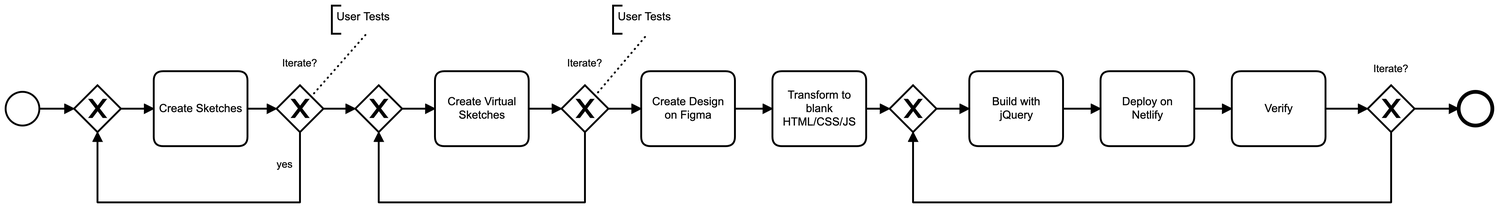
pinussilvestrus/prototyping-example keeps this BPMN diagram as resources/diagram.png. Above is the earlier version. Its source is kept beside it as resources/diagram.bpmn. Ids are renumbered.
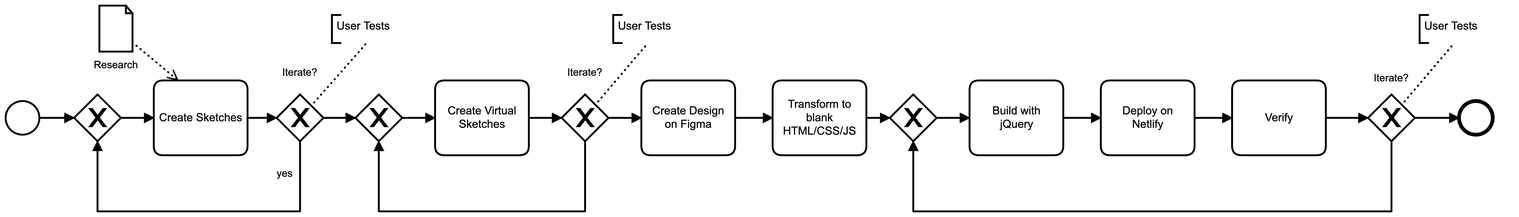
Above is the later version.

Commit message:
chore(resources): update example

What changed in the source:
```diff
@@ -1,4 +1,4 @@
-<bpmn:definitions xmlns:xsi="http://www.w3.org/2001/XMLSchema-instance" xmlns:bpmn="http://www.omg.org/spec/BPMN/20100524/MODEL" xmlns:bpmndi="http://www.omg.org/spec/BPMN/20100524/DI" xmlns:dc="http://www.omg.org/spec/DD/20100524/DC" xmlns:di="http://www.omg.org/spec/DD/20100524/DI" id="Definitions_n1" targetNamespace="http://bpmn.io/schema/bpmn" exporter="bpmn-js (https://demo.bpmn.io)" exporterVersion="6.3.0">
+<bpmn:definitions xmlns:xsi="http://www.w3.org/2001/XMLSchema-instance" xmlns:bpmn="http://www.omg.org/spec/BPMN/20100524/MODEL" xmlns:bpmndi="http://www.omg.org/spec/BPMN/20100524/DI" xmlns:dc="http://www.omg.org/spec/DD/20100524/DC" xmlns:di="http://www.omg.org/spec/DD/20100524/DI" id="Definitions_n1" targetNamespace="http://bpmn.io/schema/bpmn" exporter="Camunda Modeler" exporterVersion="3.7.1">
   <bpmn:process id="Process_n2" isExecutable="false">
     <bpmn:startEvent id="StartEvent_n3">
       <bpmn:outgoing>Flow_n4</bpmn:outgoing>
@@ -6,6 +6,11 @@
     <bpmn:task id="Activity_n5" name="Create Sketches">
       <bpmn:incoming>Flow_n6</bpmn:incoming>
       <bpmn:outgoing>Flow_n7</bpmn:outgoing>
+      <bpmn:property id="Property_n39" name="__targetRef_placeholder" />
+      <bpmn:dataInputAssociation id="DataInputAssociation_n40">
+        <bpmn:sourceRef>DataObjectReference_n41</bpmn:sourceRef>
+        <bpmn:targetRef>Property_n39</bpmn:targetRef>
+      </bpmn:dataInputAssociation>
     </bpmn:task>
     <bpmn:sequenceFlow id="Flow_n4" sourceRef="StartEvent_n3" targetRef="Gateway_n8" />
     <bpmn:exclusiveGateway id="Gateway_n8">
@@ -81,6 +86,8 @@
       <bpmn:incoming>Flow_n33</bpmn:incoming>
     </bpmn:endEvent>
     <bpmn:sequenceFlow id="Flow_n33" sourceRef="Gateway_n31" targetRef="Event_n34" />
+    <bpmn:dataObjectReference id="DataObjectReference_n41" name="Research" dataObjectRef="DataObject_n42" />
+    <bpmn:dataObject id="DataObject_n42" />
     <bpmn:textAnnotation id="TextAnnotation_n35">
       <bpmn:text>User Tests</bpmn:text>
     </bpmn:textAnnotation>
@@ -89,36 +96,72 @@
       <bpmn:text>User Tests</bpmn:text>
     </bpmn:textAnnotation>
     <bpmn:association id="Association_n38" sourceRef="Gateway_n10" targetRef="TextAnnotation_n37" />
+    <bpmn:textAnnotation id="TextAnnotation_n43">
+      <bpmn:text>User Tests</bpmn:text>
+    </bpmn:textAnnotation>
+    <bpmn:association id="Association_n44" sourceRef="Gateway_n31" targetRef="TextAnnotation_n43" />
   </bpmn:process>
   <bpmndi:BPMNDiagram id="BPMNDiagram_1">
     <bpmndi:BPMNPlane id="BPMNPlane_1" bpmnElement="Process_n2">
-      <bpmndi:BPMNShape id="_BPMNShape_StartEvent_2" bpmnElement="StartEvent_n3">
-        <dc:Bounds x="152" y="142" width="36" height="36" />
+      <bpmndi:BPMNShape id="TextAnnotation_n43_di" bpmnElement="TextAnnotation_n43">
+        <dc:Bounds x="1660" y="50" width="100" height="30" />
       </bpmndi:BPMNShape>
-      <bpmndi:BPMNShape id="Activity_n5_di" bpmnElement="Activity_n5">
-        <dc:Bounds x="310" y="120" width="100" height="80" />
-      </bpmndi:BPMNShape>
-      <bpmndi:BPMNEdge id="Flow_n4_di" bpmnElement="Flow_n4">
-        <di:waypoint x="188" y="160" />
-        <di:waypoint x="225" y="160" />
+      <bpmndi:BPMNEdge id="Flow_n33_di" bpmnElement="Flow_n33">
+        <di:waypoint x="1655" y="160" />
+        <di:waypoint x="1702" y="160" />
       </bpmndi:BPMNEdge>
-      <bpmndi:BPMNShape id="Gateway_n8_di" bpmnElement="Gateway_n8" isMarkerVisible="true">
-        <dc:Bounds x="225" y="135" width="50" height="50" />
-      </bpmndi:BPMNShape>
-      <bpmndi:BPMNEdge id="Flow_n6_di" bpmnElement="Flow_n6">
-        <di:waypoint x="275" y="160" />
-        <di:waypoint x="310" y="160" />
+      <bpmndi:BPMNEdge id="Flow_n32_di" bpmnElement="Flow_n32">
+        <di:waypoint x="1630" y="185" />
+        <di:waypoint x="1630" y="260" />
+        <di:waypoint x="1120" y="260" />
+        <di:waypoint x="1120" y="185" />
       </bpmndi:BPMNEdge>
-      <bpmndi:BPMNEdge id="Flow_n7_di" bpmnElement="Flow_n7">
-        <di:waypoint x="410" y="160" />
-        <di:waypoint x="441" y="160" />
+      <bpmndi:BPMNEdge id="Flow_n24_di" bpmnElement="Flow_n24">
+        <di:waypoint x="1145" y="160" />
+        <di:waypoint x="1180" y="160" />
       </bpmndi:BPMNEdge>
-      <bpmndi:BPMNShape id="Gateway_n10_di" bpmnElement="Gateway_n10" isMarkerVisible="true">
-        <dc:Bounds x="441" y="135" width="50" height="50" />
-        <bpmndi:BPMNLabel>
-          <dc:Bounds x="447" y="105" width="38" height="14" />
-        </bpmndi:BPMNLabel>
-      </bpmndi:BPMNShape>
+      <bpmndi:BPMNEdge id="Flow_n30_di" bpmnElement="Flow_n30">
+        <di:waypoint x="1560" y="160" />
+        <di:waypoint x="1605" y="160" />
+      </bpmndi:BPMNEdge>
+      <bpmndi:BPMNEdge id="Flow_n28_di" bpmnElement="Flow_n28">
+        <di:waypoint x="1420" y="160" />
+        <di:waypoint x="1460" y="160" />
+      </bpmndi:BPMNEdge>
+      <bpmndi:BPMNEdge id="Flow_n25_di" bpmnElement="Flow_n25">
+        <di:waypoint x="1280" y="160" />
+        <di:waypoint x="1320" y="160" />
+      </bpmndi:BPMNEdge>
+      <bpmndi:BPMNEdge id="Flow_n22_di" bpmnElement="Flow_n22">
+        <di:waypoint x="1070" y="160" />
+        <di:waypoint x="1095" y="160" />
+      </bpmndi:BPMNEdge>
+      <bpmndi:BPMNEdge id="Flow_n20_di" bpmnElement="Flow_n20">
+        <di:waypoint x="930" y="160" />
+        <di:waypoint x="970" y="160" />
+      </bpmndi:BPMNEdge>
+      <bpmndi:BPMNEdge id="Flow_n18_di" bpmnElement="Flow_n18">
+        <di:waypoint x="795" y="160" />
+        <di:waypoint x="830" y="160" />
+      </bpmndi:BPMNEdge>
+      <bpmndi:BPMNEdge id="Flow_n16_di" bpmnElement="Flow_n16">
+        <di:waypoint x="770" y="185" />
+        <di:waypoint x="770" y="260" />
+        <di:waypoint x="550" y="260" />
+        <di:waypoint x="550" y="185" />
+      </bpmndi:BPMNEdge>
+      <bpmndi:BPMNEdge id="Flow_n14_di" bpmnElement="Flow_n14">
+        <di:waypoint x="710" y="160" />
+        <di:waypoint x="745" y="160" />
+      </bpmndi:BPMNEdge>
+      <bpmndi:BPMNEdge id="Flow_n13_di" bpmnElement="Flow_n13">
+        <di:waypoint x="575" y="160" />
+        <di:waypoint x="610" y="160" />
+      </bpmndi:BPMNEdge>
+      <bpmndi:BPMNEdge id="Flow_n11_di" bpmnElement="Flow_n11">
+        <di:waypoint x="491" y="160" />
+        <di:waypoint x="525" y="160" />
+      </bpmndi:BPMNEdge>
       <bpmndi:BPMNEdge id="Flow_n9_di" bpmnElement="Flow_n9">
         <di:waypoint x="466" y="185" />
         <di:waypoint x="466" y="260" />
@@ -128,114 +171,99 @@
           <dc:Bounds x="441" y="213" width="18" height="14" />
         </bpmndi:BPMNLabel>
       </bpmndi:BPMNEdge>
+      <bpmndi:BPMNEdge id="Flow_n7_di" bpmnElement="Flow_n7">
+        <di:waypoint x="410" y="160" />
+        <di:waypoint x="441" y="160" />
+      </bpmndi:BPMNEdge>
+      <bpmndi:BPMNEdge id="Flow_n6_di" bpmnElement="Flow_n6">
+        <di:waypoint x="275" y="160" />
+        <di:waypoint x="310" y="160" />
+      </bpmndi:BPMNEdge>
+      <bpmndi:BPMNEdge id="Flow_n4_di" bpmnElement="Flow_n4">
+        <di:waypoint x="188" y="160" />
+        <di:waypoint x="225" y="160" />
+      </bpmndi:BPMNEdge>
+      <bpmndi:BPMNShape id="_BPMNShape_StartEvent_2" bpmnElement="StartEvent_n3">
+        <dc:Bounds x="152" y="142" width="36" height="36" />
+      </bpmndi:BPMNShape>
+      <bpmndi:BPMNShape id="Activity_n5_di" bpmnElement="Activity_n5">
+        <dc:Bounds x="310" y="120" width="100" height="80" />
+      </bpmndi:BPMNShape>
+      <bpmndi:BPMNShape id="Gateway_n8_di" bpmnElement="Gateway_n8" isMarkerVisible="true">
+        <dc:Bounds x="225" y="135" width="50" height="50" />
+      </bpmndi:BPMNShape>
+      <bpmndi:BPMNShape id="Gateway_n10_di" bpmnElement="Gateway_n10" isMarkerVisible="true">
+        <dc:Bounds x="441" y="135" width="50" height="50" />
+        <bpmndi:BPMNLabel>
+          <dc:Bounds x="447" y="105" width="38" height="14" />
+        </bpmndi:BPMNLabel>
+      </bpmndi:BPMNShape>
       <bpmndi:BPMNShape id="Activity_n12_di" bpmnElement="Activity_n12">
         <dc:Bounds x="610" y="120" width="100" height="80" />
       </bpmndi:BPMNShape>
-      <bpmndi:BPMNEdge id="Flow_n11_di" bpmnElement="Flow_n11">
-        <di:waypoint x="491" y="160" />
-        <di:waypoint x="525" y="160" />
-      </bpmndi:BPMNEdge>
       <bpmndi:BPMNShape id="Gateway_n15_di" bpmnElement="Gateway_n15" isMarkerVisible="true">
         <dc:Bounds x="525" y="135" width="50" height="50" />
       </bpmndi:BPMNShape>
-      <bpmndi:BPMNEdge id="Flow_n13_di" bpmnElement="Flow_n13">
-        <di:waypoint x="575" y="160" />
-        <di:waypoint x="610" y="160" />
-      </bpmndi:BPMNEdge>
       <bpmndi:BPMNShape id="Gateway_n17_di" bpmnElement="Gateway_n17" isMarkerVisible="true">
         <dc:Bounds x="745" y="135" width="50" height="50" />
         <bpmndi:BPMNLabel>
           <dc:Bounds x="751" y="105" width="38" height="14" />
         </bpmndi:BPMNLabel>
       </bpmndi:BPMNShape>
-      <bpmndi:BPMNEdge id="Flow_n14_di" bpmnElement="Flow_n14">
-        <di:waypoint x="710" y="160" />
-        <di:waypoint x="745" y="160" />
-      </bpmndi:BPMNEdge>
-      <bpmndi:BPMNEdge id="Flow_n16_di" bpmnElement="Flow_n16">
-        <di:waypoint x="770" y="185" />
-        <di:waypoint x="770" y="260" />
-        <di:waypoint x="550" y="260" />
-        <di:waypoint x="550" y="185" />
-      </bpmndi:BPMNEdge>
       <bpmndi:BPMNShape id="Activity_n19_di" bpmnElement="Activity_n19">
         <dc:Bounds x="830" y="120" width="100" height="80" />
       </bpmndi:BPMNShape>
-      <bpmndi:BPMNEdge id="Flow_n18_di" bpmnElement="Flow_n18">
-        <di:waypoint x="795" y="160" />
-        <di:waypoint x="830" y="160" />
-      </bpmndi:BPMNEdge>
       <bpmndi:BPMNShape id="Activity_n21_di" bpmnElement="Activity_n21">
         <dc:Bounds x="970" y="120" width="100" height="80" />
       </bpmndi:BPMNShape>
-      <bpmndi:BPMNEdge id="Flow_n20_di" bpmnElement="Flow_n20">
-        <di:waypoint x="930" y="160" />
-        <di:waypoint x="970" y="160" />
-      </bpmndi:BPMNEdge>
-      <bpmndi:BPMNShape id="TextAnnotation_n35_di" bpmnElement="TextAnnotation_n35">
-        <dc:Bounds x="800" y="50" width="100" height="30" />
-      </bpmndi:BPMNShape>
-      <bpmndi:BPMNEdge id="Association_n36_di" bpmnElement="Association_n36">
-        <di:waypoint x="781" y="146" />
-        <di:waypoint x="837" y="80" />
-      </bpmndi:BPMNEdge>
-      <bpmndi:BPMNShape id="TextAnnotation_n37_di" bpmnElement="TextAnnotation_n37">
-        <dc:Bounds x="500" y="50" width="100" height="30" />
-      </bpmndi:BPMNShape>
-      <bpmndi:BPMNEdge id="Association_n38_di" bpmnElement="Association_n38">
-        <di:waypoint x="478" y="147" />
-        <di:waypoint x="537" y="80" />
-      </bpmndi:BPMNEdge>
       <bpmndi:BPMNShape id="Activity_n23_di" bpmnElement="Activity_n23">
         <dc:Bounds x="1180" y="120" width="100" height="80" />
       </bpmndi:BPMNShape>
-      <bpmndi:BPMNEdge id="Flow_n22_di" bpmnElement="Flow_n22">
-        <di:waypoint x="1070" y="160" />
-        <di:waypoint x="1095" y="160" />
-      </bpmndi:BPMNEdge>
       <bpmndi:BPMNShape id="Activity_n27_di" bpmnElement="Activity_n27">
         <dc:Bounds x="1320" y="120" width="100" height="80" />
       </bpmndi:BPMNShape>
-      <bpmndi:BPMNEdge id="Flow_n25_di" bpmnElement="Flow_n25">
-        <di:waypoint x="1280" y="160" />
-        <di:waypoint x="1320" y="160" />
-      </bpmndi:BPMNEdge>
       <bpmndi:BPMNShape id="Activity_n29_di" bpmnElement="Activity_n29">
         <dc:Bounds x="1460" y="120" width="100" height="80" />
       </bpmndi:BPMNShape>
-      <bpmndi:BPMNEdge id="Flow_n28_di" bpmnElement="Flow_n28">
-        <di:waypoint x="1420" y="160" />
-        <di:waypoint x="1460" y="160" />
-      </bpmndi:BPMNEdge>
       <bpmndi:BPMNShape id="Gateway_n31_di" bpmnElement="Gateway_n31" isMarkerVisible="true">
         <dc:Bounds x="1605" y="135" width="50" height="50" />
         <bpmndi:BPMNLabel>
           <dc:Bounds x="1611" y="111" width="38" height="14" />
         </bpmndi:BPMNLabel>
       </bpmndi:BPMNShape>
-      <bpmndi:BPMNEdge id="Flow_n30_di" bpmnElement="Flow_n30">
-        <di:waypoint x="1560" y="160" />
-        <di:waypoint x="1605" y="160" />
-      </bpmndi:BPMNEdge>
       <bpmndi:BPMNShape id="Gateway_n26_di" bpmnElement="Gateway_n26" isMarkerVisible="true">
         <dc:Bounds x="1095" y="135" width="50" height="50" />
       </bpmndi:BPMNShape>
-      <bpmndi:BPMNEdge id="Flow_n24_di" bpmnElement="Flow_n24">
-        <di:waypoint x="1145" y="160" />
-        <di:waypoint x="1180" y="160" />
-      </bpmndi:BPMNEdge>
-      <bpmndi:BPMNEdge id="Flow_n32_di" bpmnElement="Flow_n32">
-        <di:waypoint x="1630" y="185" />
-        <di:waypoint x="1630" y="260" />
-        <di:waypoint x="1120" y="260" />
-        <di:waypoint x="1120" y="185" />
-      </bpmndi:BPMNEdge>
       <bpmndi:BPMNShape id="Event_n34_di" bpmnElement="Event_n34">
         <dc:Bounds x="1702" y="142" width="36" height="36" />
       </bpmndi:BPMNShape>
-      <bpmndi:BPMNEdge id="Flow_n33_di" bpmnElement="Flow_n33">
-        <di:waypoint x="1655" y="160" />
-        <di:waypoint x="1702" y="160" />
+      <bpmndi:BPMNShape id="TextAnnotation_n35_di" bpmnElement="TextAnnotation_n35">
+        <dc:Bounds x="800" y="50" width="100" height="30" />
+      </bpmndi:BPMNShape>
+      <bpmndi:BPMNShape id="TextAnnotation_n37_di" bpmnElement="TextAnnotation_n37">
+        <dc:Bounds x="500" y="50" width="100" height="30" />
+      </bpmndi:BPMNShape>
+      <bpmndi:BPMNShape id="DataObjectReference_n41_di" bpmnElement="DataObjectReference_n41">
+        <dc:Bounds x="252" y="40" width="36" height="50" />
+        <bpmndi:BPMNLabel>
+          <dc:Bounds x="246" y="97" width="48" height="14" />
+        </bpmndi:BPMNLabel>
+      </bpmndi:BPMNShape>
+      <bpmndi:BPMNEdge id="Association_n36_di" bpmnElement="Association_n36">
+        <di:waypoint x="781" y="146" />
+        <di:waypoint x="837" y="80" />
+      </bpmndi:BPMNEdge>
+      <bpmndi:BPMNEdge id="Association_n38_di" bpmnElement="Association_n38">
+        <di:waypoint x="478" y="147" />
+        <di:waypoint x="537" y="80" />
+      </bpmndi:BPMNEdge>
+      <bpmndi:BPMNEdge id="Association_n44_di" bpmnElement="Association_n44">
+        <di:waypoint x="1641" y="146" />
+        <di:waypoint x="1697" y="80" />
+      </bpmndi:BPMNEdge>
+      <bpmndi:BPMNEdge id="DataInputAssociation_n40_di" bpmnElement="DataInputAssociation_n40">
+        <di:waypoint x="288" y="80" />
+        <di:waypoint x="336" y="120" />
       </bpmndi:BPMNEdge>
     </bpmndi:BPMNPlane>
   </bpmndi:BPMNDiagram>
```
